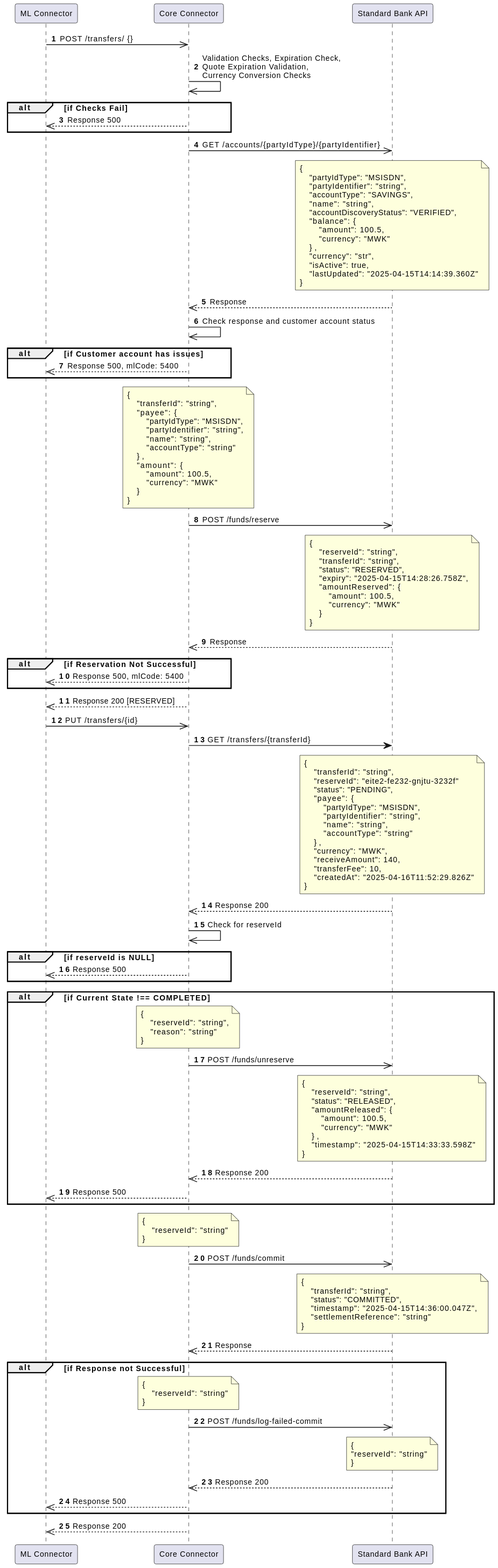
The PlantUML diagram standard-bank-mw-core-connector/docs/payee/images/payee-receive-transfer.svg in mojaloop/ml-reference-connectors, before a commit.
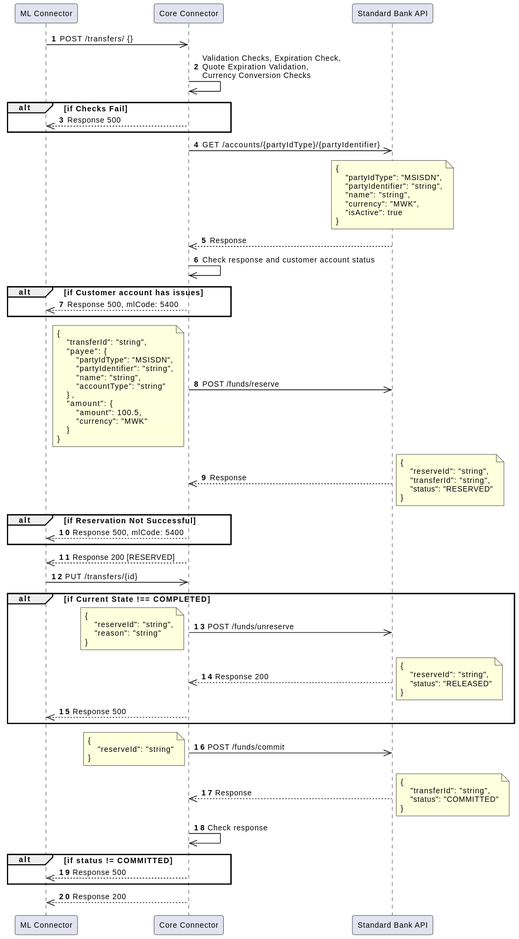
After the change.

Change to the diagram source:
```diff
@@ -20,16 +20,9 @@
 {
     "partyIdType": "MSISDN",
     "partyIdentifier": "string",
-    "accountType": "SAVINGS",
     "name": "string",
-    "accountDiscoveryStatus": "VERIFIED",
-    "balance": {
-        "amount": 100.5,
-        "currency": "MWK"
-    },
-    "currency": "str",
-    "isActive": true,
-    "lastUpdated": "2025-04-15T14:14:39.360Z"
+    "currency": "MWK",
+    "isActive": true
 }
 end note
 SBAPI -->> CC: Response
@@ -40,7 +33,9 @@
     CC -->> ML: Response 500, mlCode: 5400
 end
 
-note over CC
+
+CC ->> SBAPI: POST /funds/reserve
+note left
 {
     "transferId": "string",
     "payee": {
@@ -55,21 +50,16 @@
     }
 }
 end note
-CC ->> SBAPI: POST /funds/reserve
 
-note over SBAPI
+
+SBAPI -->> CC: Response
+note right
 {
     "reserveId": "string",
     "transferId": "string",
-    "status": "RESERVED",
-    "expiry": "2025-04-15T14:28:26.758Z",
-    "amountReserved": {
-        "amount": 100.5,
-        "currency": "MWK"
-    }
+    "status": "RESERVED"
 }
 end note
-SBAPI -->> CC: Response
 
 alt if Reservation Not Successful
     CC -->> ML: Response 500, mlCode: 5400
@@ -79,89 +69,47 @@
 
 ML ->> CC: PUT /transfers/{id}
 
-CC -> SBAPI: GET /transfers/{transferId}
-
-note over SBAPI
-{
-    "transferId": "string",
-    "reserveId": "eite2-fe232-gnjtu-3232f"
-    "status": "PENDING",
-    "payee": {
-        "partyIdType": "MSISDN",
-        "partyIdentifier": "string",
-        "name": "string",
-        "accountType": "string"
-    },
-    "currency": "MWK",
-    "receiveAmount": 140,
-    "transferFee": 10,
-    "createdAt": "2025-04-16T11:52:29.826Z"
-}
-end note
-SBAPI -->> CC: Response 200
-
-CC ->> CC: Check for reserveId
-
-alt if reserveId is NULL
-    CC -->> ML: Response 500
-end
 
 alt if Current State !== COMPLETED
-    note over CC
+
+    CC ->> SBAPI: POST /funds/unreserve
+    note left
     {
         "reserveId": "string",
         "reason": "string"
     }
     end note
-    CC ->> SBAPI: POST /funds/unreserve
 
-    note over SBAPI
+
+    SBAPI -->> CC: Response 200
+    note right
     {
         "reserveId": "string",
-        "status": "RELEASED",
-        "amountReleased": {
-            "amount": 100.5,
-            "currency": "MWK"
-        },
-        "timestamp": "2025-04-15T14:33:33.598Z"
+        "status": "RELEASED"
     }
     end note
-    SBAPI -->> CC: Response 200
     CC -->> ML: Response 500
 end
 
-note over CC
+
+CC ->> SBAPI: POST /funds/commit
+note left
 {
     "reserveId": "string"
 }
 end note
-CC ->> SBAPI: POST /funds/commit
 
-note over SBAPI
+SBAPI -->> CC: Response
+note right
 {
     "transferId": "string",
-    "status": "COMMITTED",
-    "timestamp": "2025-04-15T14:36:00.047Z",
-    "settlementReference": "string"
+    "status": "COMMITTED"
 }
 end note
-SBAPI -->> CC: Response
 
-alt if Response not Successful
-    note over CC
-    {
-        "reserveId": "string"
-    }
-    end note
-    CC ->> SBAPI: POST /funds/log-failed-commit
+CC ->> CC: Check response
 
-    note over SBAPI
-    {
-    "reserveId": "string"
-    }
-    end note
-    SBAPI -->> CC: Response 200
-
+alt if status != COMMITTED
     CC -->> ML: Response 500
 end
 
```
